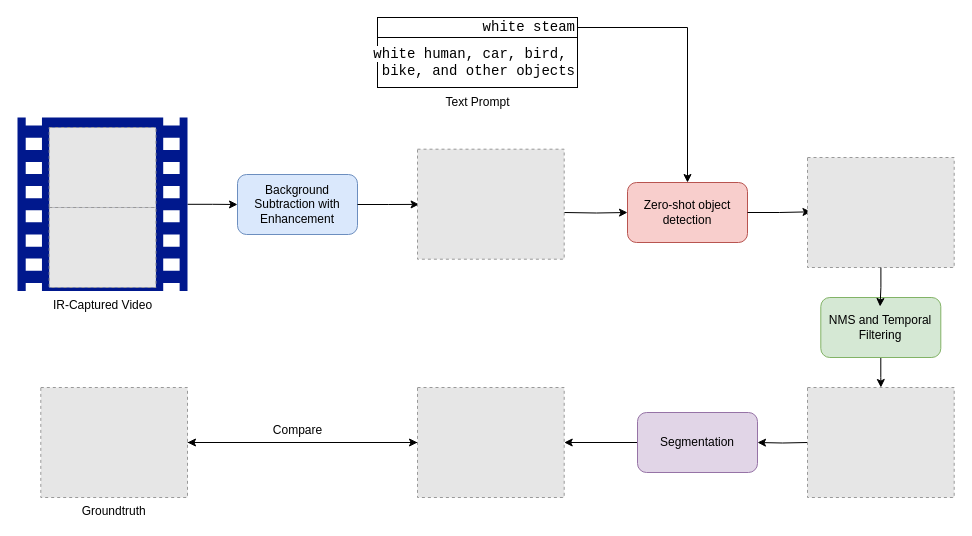
This is Untitled Diagram.drawio from weathon/grounding_mog, a draw.io file, before an edit. Source tidied: cells renumbered, new cells numbered last; positions are measured from the earlier drawing's top-left corner, leaving out a move shared by most shapes. Both pictures are drawn from the tidied source at 100%, with x=0, y=0 at pixel (17, 17). Pictures stored in the file or linked from it are replaced by grey dashed boxes.
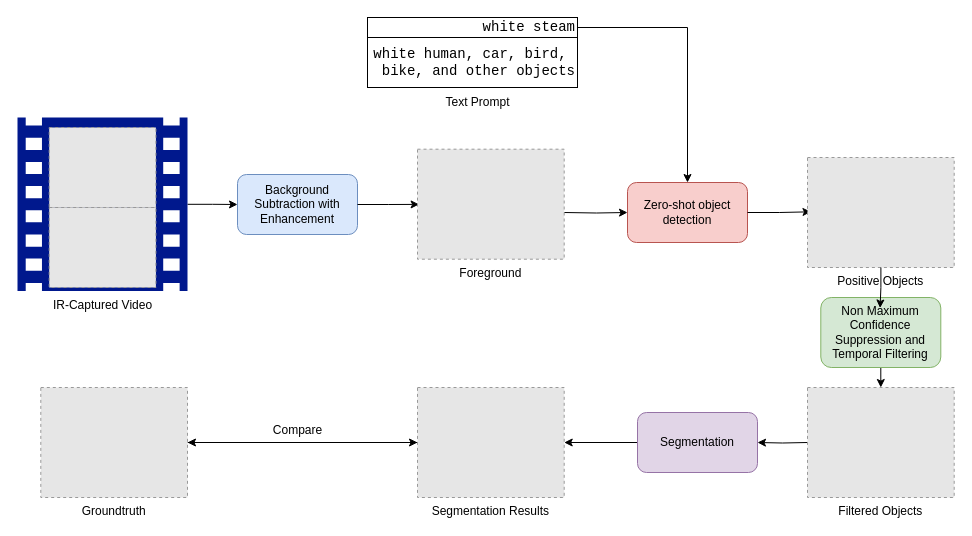
The same diagram, later.

Change to the diagram source:
```diff
@@
     <mxCell id="9" style="group;" parent="1" vertex="1">
-      <mxGeometry x="360" width="200" height="70" as="geometry" />
+      <mxGeometry x="350" width="210" height="70" as="geometry" />
     </mxCell>
     <mxCell id="10" value="&lt;div style=&quot;font-family: Consolas, &amp;quot;Courier New&amp;quot;, monospace; font-weight: normal; font-size: 14px; line-height: 19px; white-space: pre;&quot;&gt;&lt;div&gt;&lt;span style=&quot;&quot;&gt;white steam&lt;/span&gt;&lt;/div&gt;&lt;/div&gt;" style="rounded=0;whiteSpace=wrap;html=1;labelBackgroundColor=default;fontColor=#000000;align=right;" parent="9" vertex="1">
-      <mxGeometry width="200" height="20" as="geometry" />
+      <mxGeometry width="210" height="20" as="geometry" />
     </mxCell>
     <mxCell id="11" value="&lt;span style=&quot;font-family: Consolas, &amp;quot;Courier New&amp;quot;, monospace; font-size: 14px; white-space: pre; background-color: rgb(255, 255, 255);&quot;&gt;white human, car, bird, &lt;/span&gt;&lt;div&gt;&lt;span style=&quot;font-family: Consolas, &amp;quot;Courier New&amp;quot;, monospace; font-size: 14px; white-space: pre; background-color: rgb(255, 255, 255);&quot;&gt;bike, and other objects&lt;/span&gt;&lt;/div&gt;" style="rounded=0;whiteSpace=wrap;html=1;align=right;" parent="9" vertex="1">
-      <mxGeometry y="20" width="200" height="50" as="geometry" />
+      <mxGeometry y="20" width="210" height="50" as="geometry" />
     </mxCell>
@@
-    <mxCell id="14" value="NMS and Temporal Filtering" style="rounded=1;whiteSpace=wrap;html=1;fillColor=#d5e8d4;strokeColor=#82b366;" parent="1" vertex="1">
-      <mxGeometry x="803.3" y="280" width="120" height="60" as="geometry" />
+    <mxCell id="14" value="Non Maximum Confidence Suppression and Temporal Filtering" style="rounded=1;whiteSpace=wrap;html=1;fillColor=#d5e8d4;strokeColor=#82b366;" parent="1" vertex="1">
+      <mxGeometry x="803.3" y="280" width="120" height="70" as="geometry" />
     </mxCell>
@@
-    <mxCell id="20" style="fillColor=#E6E6E6;strokeColor=#999999;dashed=1;verticalLabelPosition=bottom;labelBackgroundColor=default;verticalAlign=top;" parent="1" vertex="1">
+    <mxCell id="20" value="Foreground" style="fillColor=#E6E6E6;strokeColor=#999999;dashed=1;verticalLabelPosition=bottom;labelBackgroundColor=default;verticalAlign=top;" parent="1" vertex="1">
       <mxGeometry x="400" y="131.7" width="146.7" height="110" as="geometry" />
     </mxCell>
-    <mxCell id="21" style="fillColor=#E6E6E6;strokeColor=#999999;dashed=1;verticalLabelPosition=bottom;labelBackgroundColor=default;verticalAlign=top;" parent="1" vertex="1">
+    <mxCell id="21" value="Positive Objects" style="fillColor=#E6E6E6;strokeColor=#999999;dashed=1;verticalLabelPosition=bottom;labelBackgroundColor=default;verticalAlign=top;" parent="1" vertex="1">
       <mxGeometry x="790" y="140" width="146.7" height="110" as="geometry" />
     </mxCell>
@@
-    <mxCell id="25" style="fillColor=#E6E6E6;strokeColor=#999999;dashed=1;verticalLabelPosition=bottom;labelBackgroundColor=default;verticalAlign=top;" parent="1" vertex="1">
+    <mxCell id="25" value="Segmentation Results" style="fillColor=#E6E6E6;strokeColor=#999999;dashed=1;verticalLabelPosition=bottom;labelBackgroundColor=default;verticalAlign=top;" parent="1" vertex="1">
       <mxGeometry x="400" y="370" width="146.7" height="110" as="geometry" />
     </mxCell>
@@
-    <mxCell id="29" style="fillColor=#E6E6E6;strokeColor=#999999;dashed=1;verticalLabelPosition=bottom;labelBackgroundColor=default;verticalAlign=top;" parent="1" vertex="1">
+    <mxCell id="29" value="Filtered Objects" style="fillColor=#E6E6E6;strokeColor=#999999;dashed=1;verticalLabelPosition=bottom;labelBackgroundColor=default;verticalAlign=top;" parent="1" vertex="1">
       <mxGeometry x="790" y="370" width="146.7" height="110" as="geometry" />
     </mxCell>
```
